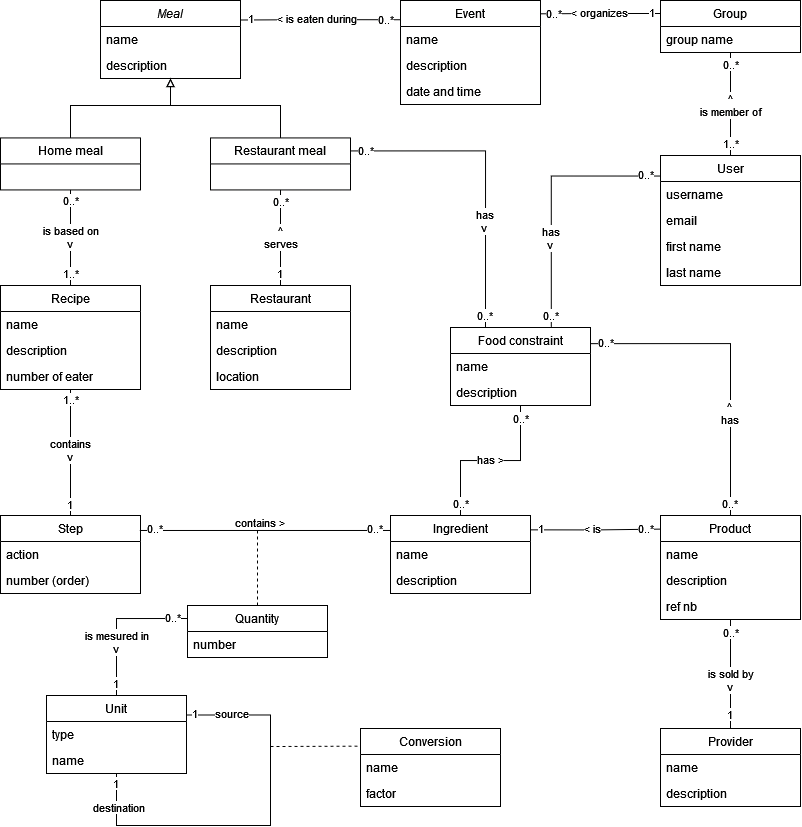
This is documentation/app design/entity-association model.drawio.png from PRO2022-Heig/heigvd-pro-01, a draw.io export, as it was before one commit. Source tidied: cells renumbered, new cells last; positions are measured from the earlier drawing's top-left corner, leaving out a move shared by most shapes.
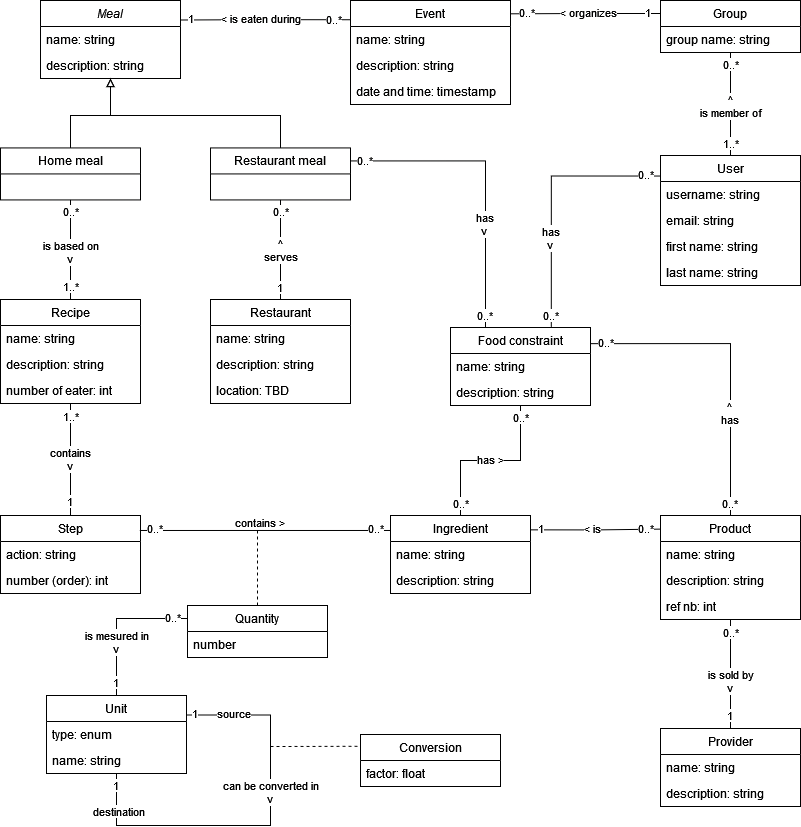
Above is the later version.

Commit message:
[DOCS] {P2-26} Added types of entity attributes

What changed in the source:
```diff
@@ -7,6 +7,6 @@
     </mxCell>
-    <mxCell id="3" value="name" style="text;strokeColor=none;fillColor=none;align=left;verticalAlign=top;spacingLeft=4;spacingRight=4;overflow=hidden;" parent="2" vertex="1">
+    <mxCell id="3" value="name: string" style="text;strokeColor=none;fillColor=none;align=left;verticalAlign=top;spacingLeft=4;spacingRight=4;overflow=hidden;" parent="2" vertex="1">
       <mxGeometry y="26" width="140" height="26" as="geometry" />
     </mxCell>
-    <mxCell id="4" value="description" style="text;strokeColor=none;fillColor=none;align=left;verticalAlign=top;spacingLeft=4;spacingRight=4;overflow=hidden;" parent="2" vertex="1">
+    <mxCell id="4" value="description: string" style="text;strokeColor=none;fillColor=none;align=left;verticalAlign=top;spacingLeft=4;spacingRight=4;overflow=hidden;" parent="2" vertex="1">
       <mxGeometry y="52" width="140" height="26" as="geometry" />
@@ -16,12 +16,12 @@
     </mxCell>
-    <mxCell id="6" value="username" style="text;strokeColor=none;fillColor=none;align=left;verticalAlign=top;spacingLeft=4;spacingRight=4;overflow=hidden;" parent="5" vertex="1">
+    <mxCell id="6" value="username: string" style="text;strokeColor=none;fillColor=none;align=left;verticalAlign=top;spacingLeft=4;spacingRight=4;overflow=hidden;" parent="5" vertex="1">
       <mxGeometry y="26" width="140" height="26" as="geometry" />
     </mxCell>
-    <mxCell id="7" value="email" style="text;strokeColor=none;fillColor=none;align=left;verticalAlign=top;spacingLeft=4;spacingRight=4;overflow=hidden;" parent="5" vertex="1">
+    <mxCell id="7" value="email: string" style="text;strokeColor=none;fillColor=none;align=left;verticalAlign=top;spacingLeft=4;spacingRight=4;overflow=hidden;" parent="5" vertex="1">
       <mxGeometry y="52" width="140" height="26" as="geometry" />
     </mxCell>
-    <mxCell id="8" value="first name" style="text;strokeColor=none;fillColor=none;align=left;verticalAlign=top;spacingLeft=4;spacingRight=4;overflow=hidden;" parent="5" vertex="1">
+    <mxCell id="8" value="first name: string" style="text;strokeColor=none;fillColor=none;align=left;verticalAlign=top;spacingLeft=4;spacingRight=4;overflow=hidden;" parent="5" vertex="1">
       <mxGeometry y="78" width="140" height="26" as="geometry" />
     </mxCell>
-    <mxCell id="9" value="last name" style="text;strokeColor=none;fillColor=none;align=left;verticalAlign=top;spacingLeft=4;spacingRight=4;overflow=hidden;" parent="5" vertex="1">
+    <mxCell id="9" value="last name: string" style="text;strokeColor=none;fillColor=none;align=left;verticalAlign=top;spacingLeft=4;spacingRight=4;overflow=hidden;" parent="5" vertex="1">
       <mxGeometry y="104" width="140" height="26" as="geometry" />
@@ -49,6 +49,6 @@
     </mxCell>
-    <mxCell id="15" value="name" style="text;strokeColor=none;fillColor=none;align=left;verticalAlign=top;spacingLeft=4;spacingRight=4;overflow=hidden;" parent="14" vertex="1">
+    <mxCell id="15" value="name: string" style="text;strokeColor=none;fillColor=none;align=left;verticalAlign=top;spacingLeft=4;spacingRight=4;overflow=hidden;" parent="14" vertex="1">
       <mxGeometry y="26" width="140" height="26" as="geometry" />
     </mxCell>
-    <mxCell id="16" value="description" style="text;strokeColor=none;fillColor=none;align=left;verticalAlign=top;spacingLeft=4;spacingRight=4;overflow=hidden;" parent="14" vertex="1">
+    <mxCell id="16" value="description: string" style="text;strokeColor=none;fillColor=none;align=left;verticalAlign=top;spacingLeft=4;spacingRight=4;overflow=hidden;" parent="14" vertex="1">
       <mxGeometry y="52" width="140" height="26" as="geometry" />
@@ -56,8 +56,8 @@
     <mxCell id="17" value="Meal" style="swimlane;fontStyle=2;horizontal=1;startSize=26;fillColor=none;" parent="1" vertex="1">
-      <mxGeometry x="100" width="140" height="78" as="geometry" />
+      <mxGeometry x="40" width="140" height="78" as="geometry" />
     </mxCell>
-    <mxCell id="18" value="name" style="text;strokeColor=none;fillColor=none;align=left;verticalAlign=top;spacingLeft=4;spacingRight=4;overflow=hidden;" parent="17" vertex="1">
+    <mxCell id="18" value="name: string" style="text;strokeColor=none;fillColor=none;align=left;verticalAlign=top;spacingLeft=4;spacingRight=4;overflow=hidden;" parent="17" vertex="1">
       <mxGeometry y="26" width="140" height="26" as="geometry" />
     </mxCell>
-    <mxCell id="19" value="description" style="text;strokeColor=none;fillColor=none;align=left;verticalAlign=top;spacingLeft=4;spacingRight=4;overflow=hidden;points=[[0,0.5],[1,0.5]];portConstraint=eastwest;" parent="17" vertex="1">
+    <mxCell id="19" value="description: string" style="text;strokeColor=none;fillColor=none;align=left;verticalAlign=top;spacingLeft=4;spacingRight=4;overflow=hidden;points=[[0,0.5],[1,0.5]];portConstraint=eastwest;" parent="17" vertex="1">
       <mxGeometry y="52" width="140" height="26" as="geometry" />
@@ -85,3 +85,3 @@
     </mxCell>
-    <mxCell id="25" value="group name" style="text;strokeColor=none;fillColor=none;align=left;verticalAlign=top;spacingLeft=4;spacingRight=4;overflow=hidden;" parent="24" vertex="1">
+    <mxCell id="25" value="group name: string" style="text;strokeColor=none;fillColor=none;align=left;verticalAlign=top;spacingLeft=4;spacingRight=4;overflow=hidden;" parent="24" vertex="1">
       <mxGeometry y="26" width="140" height="26" as="geometry" />
@@ -89,12 +89,12 @@
     <mxCell id="26" value="Event" style="swimlane;fontStyle=0;horizontal=1;startSize=26;fillColor=none;" parent="1" vertex="1">
-      <mxGeometry x="400" width="140" height="104" as="geometry" />
+      <mxGeometry x="350" width="160" height="104" as="geometry" />
     </mxCell>
-    <mxCell id="27" value="name" style="text;strokeColor=none;fillColor=none;align=left;verticalAlign=top;spacingLeft=4;spacingRight=4;overflow=hidden;" parent="26" vertex="1">
-      <mxGeometry y="26" width="140" height="26" as="geometry" />
+    <mxCell id="27" value="name: string" style="text;strokeColor=none;fillColor=none;align=left;verticalAlign=top;spacingLeft=4;spacingRight=4;overflow=hidden;" parent="26" vertex="1">
+      <mxGeometry y="26" width="160" height="26" as="geometry" />
     </mxCell>
-    <mxCell id="28" value="description" style="text;strokeColor=none;fillColor=none;align=left;verticalAlign=top;spacingLeft=4;spacingRight=4;overflow=hidden;" parent="26" vertex="1">
-      <mxGeometry y="52" width="140" height="26" as="geometry" />
+    <mxCell id="28" value="description: string" style="text;strokeColor=none;fillColor=none;align=left;verticalAlign=top;spacingLeft=4;spacingRight=4;overflow=hidden;" parent="26" vertex="1">
+      <mxGeometry y="52" width="160" height="26" as="geometry" />
     </mxCell>
-    <mxCell id="29" value="date and time" style="text;strokeColor=none;fillColor=none;align=left;verticalAlign=top;spacingLeft=4;spacingRight=4;overflow=hidden;" parent="26" vertex="1">
-      <mxGeometry y="78" width="140" height="26" as="geometry" />
+    <mxCell id="29" value="date and time: timestamp" style="text;strokeColor=none;fillColor=none;align=left;verticalAlign=top;spacingLeft=4;spacingRight=4;overflow=hidden;" parent="26" vertex="1">
+      <mxGeometry y="78" width="160" height="26" as="geometry" />
     </mxCell>
@@ -105,3 +105,3 @@
       <mxGeometry x="0.69" relative="1" as="geometry">
-        <mxPoint y="-34" as="offset" />
+        <mxPoint y="-32" as="offset" />
       </mxGeometry>
@@ -121,4 +121,4 @@
         <Array as="points">
-          <mxPoint x="70" y="105" />
-          <mxPoint x="170" y="105" />
+          <mxPoint x="70" y="115" />
+          <mxPoint x="110" y="115" />
         </Array>
@@ -127,3 +127,3 @@
     <mxCell id="35" value="Home meal" style="swimlane;fontStyle=0;horizontal=1;startSize=26;fillColor=none;" parent="1" vertex="1">
-      <mxGeometry y="137.4" width="140" height="52" as="geometry" />
+      <mxGeometry y="147.4" width="140" height="52" as="geometry" />
     </mxCell>
@@ -148,4 +148,4 @@
         <Array as="points">
-          <mxPoint x="280" y="105" />
-          <mxPoint x="170" y="105" />
+          <mxPoint x="280" y="115" />
+          <mxPoint x="110" y="115" />
         </Array>
@@ -154,3 +154,3 @@
     <mxCell id="41" value="Restaurant meal" style="swimlane;fontStyle=0;horizontal=1;startSize=26;fillColor=none;" parent="1" vertex="1">
-      <mxGeometry x="210" y="137.4" width="140" height="52" as="geometry" />
+      <mxGeometry x="210" y="147.4" width="140" height="52" as="geometry" />
     </mxCell>
@@ -166,3 +166,3 @@
       <mxGeometry x="-0.88" relative="1" as="geometry">
-        <mxPoint y="2" as="offset" />
+        <mxPoint y="6" as="offset" />
       </mxGeometry>
@@ -171,3 +171,3 @@
       <mxGeometry x="0.92" relative="1" as="geometry">
-        <mxPoint x="-1" y="-6" as="offset" />
+        <mxPoint x="-1" y="-10" as="offset" />
       </mxGeometry>
@@ -175,11 +175,11 @@
     <mxCell id="46" value="Recipe" style="swimlane;fontStyle=0;horizontal=1;startSize=26;fillColor=none;" parent="1" vertex="1">
-      <mxGeometry y="285" width="140" height="104" as="geometry" />
+      <mxGeometry y="299" width="140" height="104" as="geometry" />
     </mxCell>
-    <mxCell id="47" value="name" style="text;strokeColor=none;fillColor=none;align=left;verticalAlign=top;spacingLeft=4;spacingRight=4;overflow=hidden;" parent="46" vertex="1">
+    <mxCell id="47" value="name: string" style="text;strokeColor=none;fillColor=none;align=left;verticalAlign=top;spacingLeft=4;spacingRight=4;overflow=hidden;" parent="46" vertex="1">
       <mxGeometry y="26" width="140" height="26" as="geometry" />
     </mxCell>
-    <mxCell id="48" value="description" style="text;strokeColor=none;fillColor=none;align=left;verticalAlign=top;spacingLeft=4;spacingRight=4;overflow=hidden;" parent="46" vertex="1">
+    <mxCell id="48" value="description: string" style="text;strokeColor=none;fillColor=none;align=left;verticalAlign=top;spacingLeft=4;spacingRight=4;overflow=hidden;" parent="46" vertex="1">
       <mxGeometry y="52" width="140" height="26" as="geometry" />
     </mxCell>
-    <mxCell id="49" value="number of eater" style="text;strokeColor=none;fillColor=none;align=left;verticalAlign=top;spacingLeft=4;spacingRight=4;overflow=hidden;" parent="46" vertex="1">
+    <mxCell id="49" value="number of eater: int" style="text;strokeColor=none;fillColor=none;align=left;verticalAlign=top;spacingLeft=4;spacingRight=4;overflow=hidden;" parent="46" vertex="1">
       <mxGeometry y="78" width="140" height="26" as="geometry" />
@@ -208,11 +208,11 @@
     <mxCell id="54" value="Restaurant" style="swimlane;fontStyle=0;horizontal=1;startSize=26;fillColor=none;" parent="1" vertex="1">
-      <mxGeometry x="210" y="285" width="140" height="104" as="geometry" />
+      <mxGeometry x="210" y="299" width="140" height="104" as="geometry" />
     </mxCell>
-    <mxCell id="55" value="name" style="text;strokeColor=none;fillColor=none;align=left;verticalAlign=top;spacingLeft=4;spacingRight=4;overflow=hidden;" parent="54" vertex="1">
+    <mxCell id="55" value="name: string" style="text;strokeColor=none;fillColor=none;align=left;verticalAlign=top;spacingLeft=4;spacingRight=4;overflow=hidden;" parent="54" vertex="1">
       <mxGeometry y="26" width="140" height="26" as="geometry" />
     </mxCell>
-    <mxCell id="56" value="description" style="text;strokeColor=none;fillColor=none;align=left;verticalAlign=top;spacingLeft=4;spacingRight=4;overflow=hidden;" parent="54" vertex="1">
+    <mxCell id="56" value="description: string" style="text;strokeColor=none;fillColor=none;align=left;verticalAlign=top;spacingLeft=4;spacingRight=4;overflow=hidden;" parent="54" vertex="1">
       <mxGeometry y="52" width="140" height="26" as="geometry" />
     </mxCell>
-    <mxCell id="57" value="location" style="text;strokeColor=none;fillColor=none;align=left;verticalAlign=top;spacingLeft=4;spacingRight=4;overflow=hidden;" parent="54" vertex="1">
+    <mxCell id="57" value="location: TBD" style="text;strokeColor=none;fillColor=none;align=left;verticalAlign=top;spacingLeft=4;spacingRight=4;overflow=hidden;" parent="54" vertex="1">
       <mxGeometry y="78" width="140" height="26" as="geometry" />
@@ -240,6 +240,6 @@
     </mxCell>
-    <mxCell id="63" value="action" style="text;strokeColor=none;fillColor=none;align=left;verticalAlign=top;spacingLeft=4;spacingRight=4;overflow=hidden;" parent="62" vertex="1">
+    <mxCell id="63" value="action: string" style="text;strokeColor=none;fillColor=none;align=left;verticalAlign=top;spacingLeft=4;spacingRight=4;overflow=hidden;" parent="62" vertex="1">
       <mxGeometry y="26" width="140" height="26" as="geometry" />
     </mxCell>
-    <mxCell id="64" value="number (order)" style="text;strokeColor=none;fillColor=none;align=left;verticalAlign=top;spacingLeft=4;spacingRight=4;overflow=hidden;" parent="62" vertex="1">
+    <mxCell id="64" value="number (order): int" style="text;strokeColor=none;fillColor=none;align=left;verticalAlign=top;spacingLeft=4;spacingRight=4;overflow=hidden;" parent="62" vertex="1">
       <mxGeometry y="52" width="140" height="26" as="geometry" />
@@ -283,9 +283,9 @@
     </mxCell>
-    <mxCell id="74" value="name" style="text;strokeColor=none;fillColor=none;align=left;verticalAlign=top;spacingLeft=4;spacingRight=4;overflow=hidden;" parent="73" vertex="1">
+    <mxCell id="74" value="name: string" style="text;strokeColor=none;fillColor=none;align=left;verticalAlign=top;spacingLeft=4;spacingRight=4;overflow=hidden;" parent="73" vertex="1">
       <mxGeometry y="26" width="140" height="26" as="geometry" />
     </mxCell>
-    <mxCell id="75" value="description" style="text;strokeColor=none;fillColor=none;align=left;verticalAlign=top;spacingLeft=4;spacingRight=4;overflow=hidden;" parent="73" vertex="1">
+    <mxCell id="75" value="description: string" style="text;strokeColor=none;fillColor=none;align=left;verticalAlign=top;spacingLeft=4;spacingRight=4;overflow=hidden;" parent="73" vertex="1">
       <mxGeometry y="52" width="140" height="26" as="geometry" />
     </mxCell>
-    <mxCell id="76" value="ref nb" style="text;strokeColor=none;fillColor=none;align=left;verticalAlign=top;spacingLeft=4;spacingRight=4;overflow=hidden;" parent="73" vertex="1">
+    <mxCell id="76" value="ref nb: int" style="text;strokeColor=none;fillColor=none;align=left;verticalAlign=top;spacingLeft=4;spacingRight=4;overflow=hidden;" parent="73" vertex="1">
       <mxGeometry y="78" width="140" height="26" as="geometry" />
@@ -295,6 +295,6 @@
     </mxCell>
-    <mxCell id="78" value="name" style="text;strokeColor=none;fillColor=none;align=left;verticalAlign=top;spacingLeft=4;spacingRight=4;overflow=hidden;" parent="77" vertex="1">
+    <mxCell id="78" value="name: string" style="text;strokeColor=none;fillColor=none;align=left;verticalAlign=top;spacingLeft=4;spacingRight=4;overflow=hidden;" parent="77" vertex="1">
       <mxGeometry y="26" width="140" height="26" as="geometry" />
     </mxCell>
-    <mxCell id="79" value="description" style="text;strokeColor=none;fillColor=none;align=left;verticalAlign=top;spacingLeft=4;spacingRight=4;overflow=hidden;" parent="77" vertex="1">
+    <mxCell id="79" value="description: string" style="text;strokeColor=none;fillColor=none;align=left;verticalAlign=top;spacingLeft=4;spacingRight=4;overflow=hidden;" parent="77" vertex="1">
       <mxGeometry y="52" width="140" height="26" as="geometry" />
@@ -330,3 +330,3 @@
       <mxGeometry x="0.44" relative="1" as="geometry">
-        <mxPoint x="24" y="-2" as="offset" />
+        <mxPoint x="35" y="-2" as="offset" />
       </mxGeometry>
@@ -340,3 +340,3 @@
       <mxGeometry x="0.85" y="-1" relative="1" as="geometry">
-        <mxPoint x="4" as="offset" />
+        <mxPoint x="4" y="-1" as="offset" />
       </mxGeometry>
@@ -348,3 +348,3 @@
       <mxGeometry x="0.44" relative="1" as="geometry">
-        <mxPoint x="30" y="-2" as="offset" />
+        <mxPoint x="31" y="-2" as="offset" />
       </mxGeometry>
@@ -353,3 +353,3 @@
       <mxGeometry x="-0.78" relative="1" as="geometry">
-        <mxPoint x="2" y="-1" as="offset" />
+        <mxPoint x="1" y="-1" as="offset" />
       </mxGeometry>
@@ -418,3 +418,3 @@
       <mxGeometry x="0.93" relative="1" as="geometry">
-        <mxPoint x="-1" y="-4" as="offset" />
+        <mxPoint x="-1" y="-2" as="offset" />
       </mxGeometry>
@@ -423,3 +423,3 @@
       <mxGeometry x="-0.85" relative="1" as="geometry">
-        <mxPoint x="15" y="-2" as="offset" />
+        <mxPoint x="17" y="-2" as="offset" />
       </mxGeometry>
@@ -428,5 +428,10 @@
       <mxGeometry x="0.84" y="2" relative="1" as="geometry">
-        <mxPoint x="4" y="2" as="offset" />
+        <mxPoint x="4" y="6" as="offset" />
       </mxGeometry>
     </mxCell>
+    <mxCell id="115" value="&lt;div&gt;can be converted in&lt;/div&gt;&lt;div&gt;v&lt;br&gt;&lt;/div&gt;" style="edgeLabel;html=1;align=center;verticalAlign=middle;" parent="103" vertex="1">
+      <mxGeometry x="-0.21" y="-1" relative="1" as="geometry">
+        <mxPoint x="1" y="4" as="offset" />
+      </mxGeometry>
+    </mxCell>
     <mxCell id="108" value="Unit" style="swimlane;fontStyle=0;horizontal=1;startSize=26;fillColor=none;" parent="1" vertex="1">
@@ -434,6 +439,6 @@
     </mxCell>
-    <mxCell id="109" value="type&#10;" style="text;strokeColor=none;fillColor=none;align=left;verticalAlign=top;spacingLeft=4;spacingRight=4;overflow=hidden;" parent="108" vertex="1">
+    <mxCell id="109" value="type: enum" style="text;strokeColor=none;fillColor=none;align=left;verticalAlign=top;spacingLeft=4;spacingRight=4;overflow=hidden;" parent="108" vertex="1">
       <mxGeometry y="26" width="140" height="26" as="geometry" />
     </mxCell>
-    <mxCell id="110" value="name" style="text;strokeColor=none;fillColor=none;align=left;verticalAlign=top;spacingLeft=4;spacingRight=4;overflow=hidden;" parent="108" vertex="1">
+    <mxCell id="110" value="name: string" style="text;strokeColor=none;fillColor=none;align=left;verticalAlign=top;spacingLeft=4;spacingRight=4;overflow=hidden;" parent="108" vertex="1">
       <mxGeometry y="52" width="140" height="26" as="geometry" />
@@ -441,9 +446,6 @@
     <mxCell id="111" value="Conversion" style="swimlane;fontStyle=0;horizontal=1;startSize=26;fillColor=none;" parent="1" vertex="1">
-      <mxGeometry x="360" y="728" width="140" height="78" as="geometry" />
+      <mxGeometry x="360" y="734" width="140" height="52" as="geometry" />
     </mxCell>
-    <mxCell id="112" value="name" style="text;strokeColor=none;fillColor=none;align=left;verticalAlign=top;spacingLeft=4;spacingRight=4;overflow=hidden;" parent="111" vertex="1">
-      <mxGeometry y="26" width="140" height="26" as="geometry" />
-    </mxCell>
-    <mxCell id="113" value="factor" style="text;strokeColor=none;fillColor=none;align=left;verticalAlign=top;spacingLeft=4;spacingRight=4;overflow=hidden;" parent="111" vertex="1">
-      <mxGeometry y="52" width="140" height="26" as="geometry" />
+    <mxCell id="113" value="factor: float" style="text;strokeColor=none;fillColor=none;align=left;verticalAlign=top;spacingLeft=4;spacingRight=4;overflow=hidden;" parent="111" vertex="1">
+      <mxGeometry y="26" width="140" height="26" as="geometry" />
     </mxCell>
```
